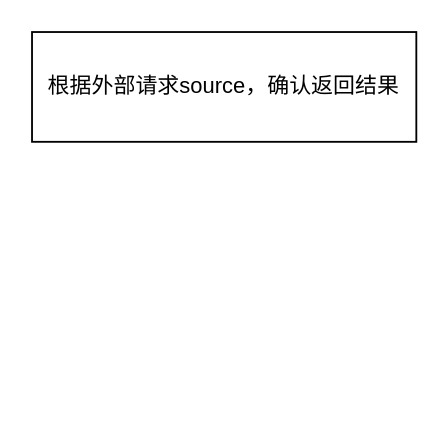
Above: 外部搜索通用接口.drawio in ETHAN0430/draw.io.repo (draw.io), before the change. Source tidied: cells renumbered, new cells numbered last; positions are measured from the earlier drawing's top-left corner, leaving out a move shared by most shapes. Both pictures are drawn from the tidied source at 183%, with x=0, y=0 at pixel (31, 31).
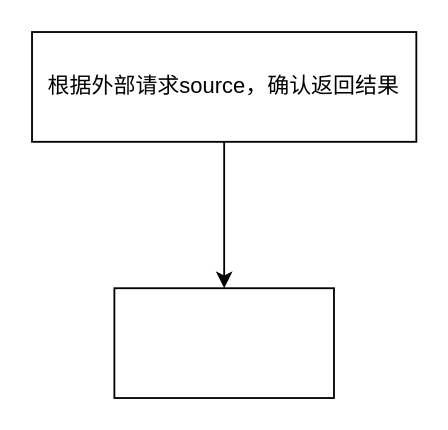
Above is the later version.

Commit message (it also covers changes not shown here):
更新外部搜索通用接口.drawio

Change to the diagram source:
```diff
@@
 <mxGraphModel>
   <root>
     <mxCell id="0" />
     <mxCell id="1" parent="0" />
+    <mxCell id="3" style="edgeStyle=orthogonalEdgeStyle;rounded=0;jettySize=auto;html=1;" parent="1" edge="1" source="2" target="4">
+      <mxGeometry relative="1" as="geometry" />
+    </mxCell>
     <mxCell id="2" value="根据外部请求source，确认返回结果" style="whiteSpace=wrap;html=1;" parent="1" vertex="1">
       <mxGeometry width="210" height="60" as="geometry" />
     </mxCell>
+    <mxCell id="4" style="whiteSpace=wrap;html=1;" parent="1" vertex="1">
+      <mxGeometry x="45" y="140" width="120" height="60" as="geometry" />
+    </mxCell>
   </root>
 </mxGraphModel>
```
